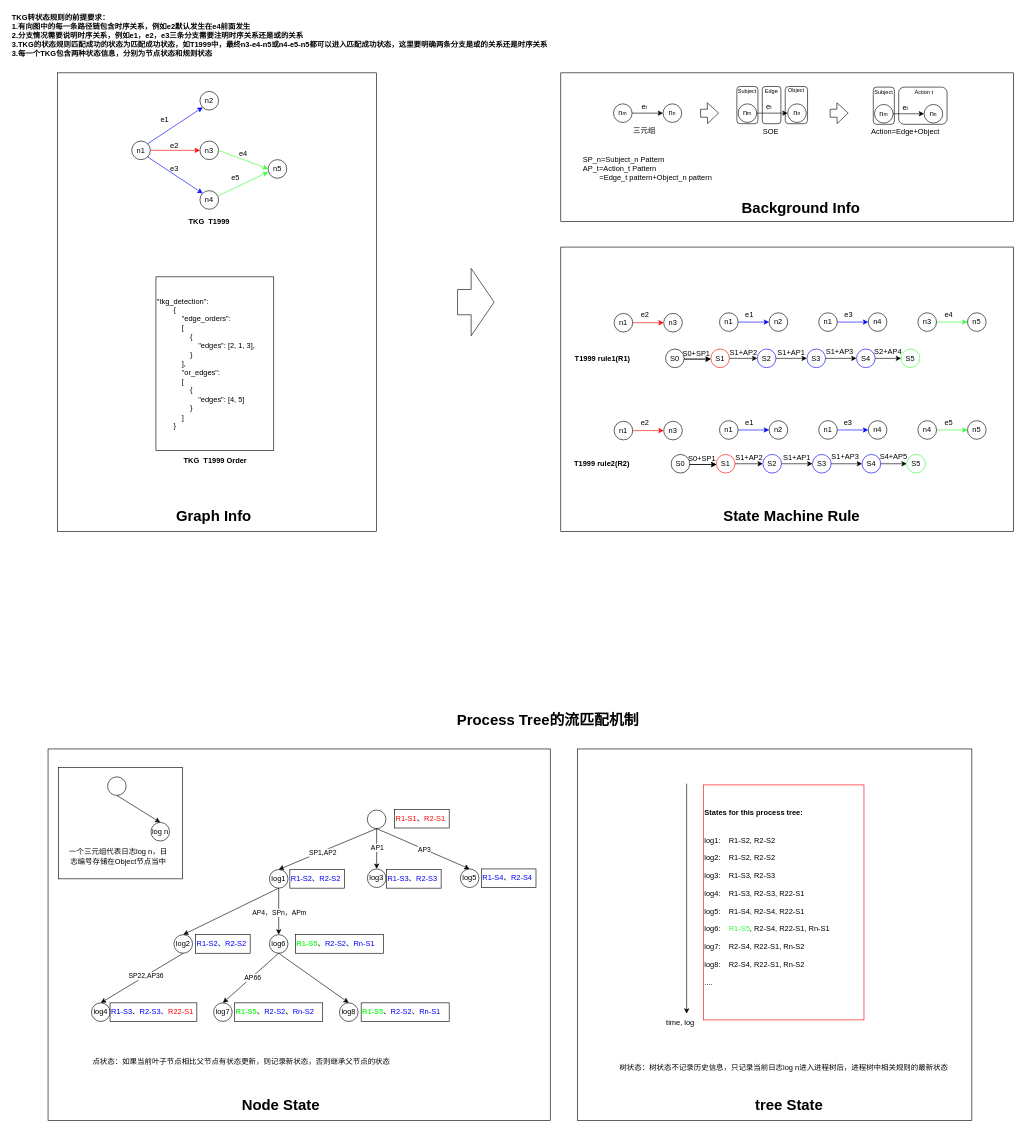
The draw.io diagram page "TKG转状态规则" (2 of 2) of state.drawio in sidney-neu/draw_io, before the edit. Source tidied: cells renumbered, new cells numbered last; positions are measured from the earlier drawing's top-left corner, leaving out a move shared by most shapes. Both pictures are drawn from the tidied source at 62%, with x=0, y=0 at pixel (11, 11).
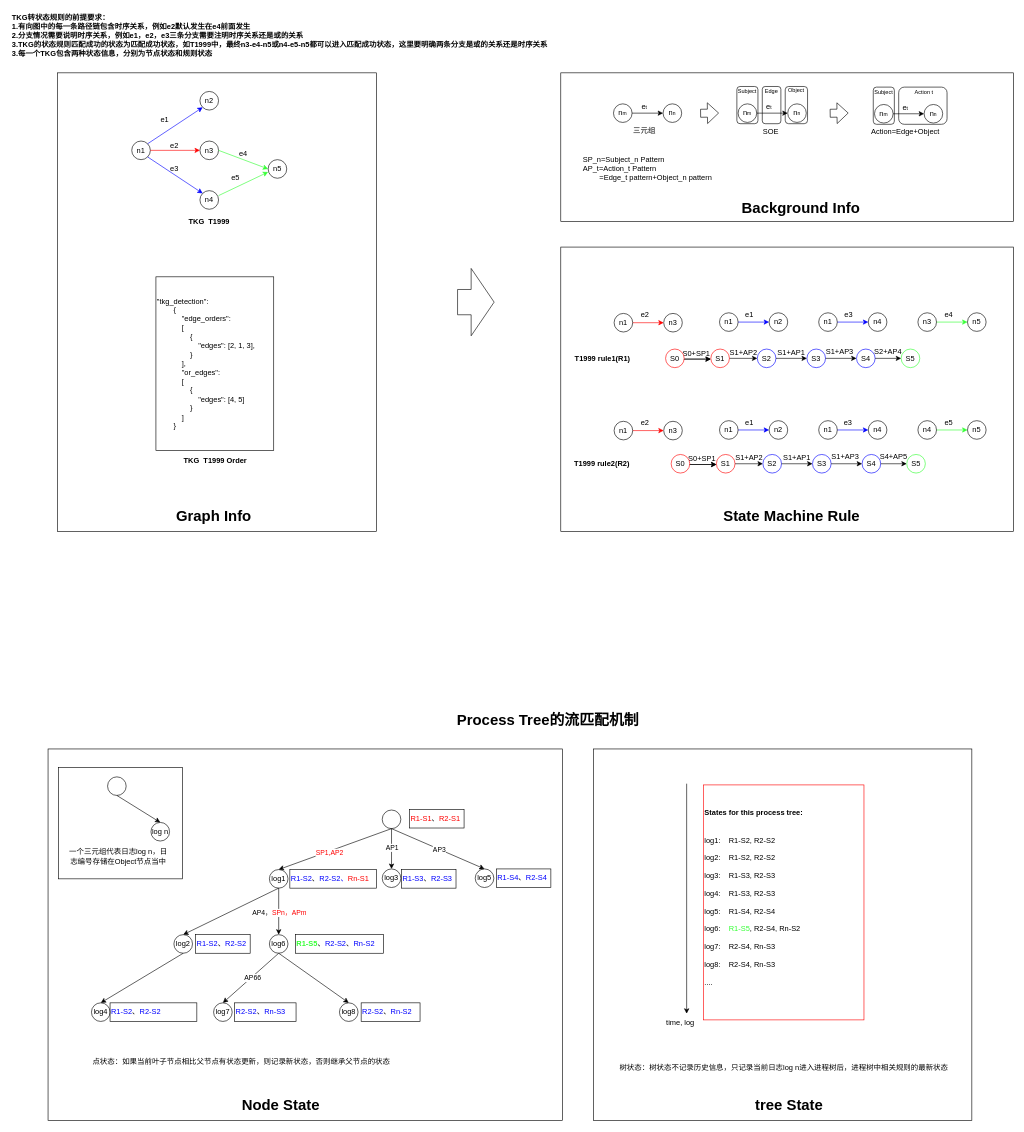
After the change.

The change refers to these unchanged cells:
```xml
<mxCell id="135" style="rounded=0;jettySize=auto;html=1;exitX=0.5;exitY=1;exitDx=0;exitDy=0;entryX=0.5;entryY=0;entryDx=0;entryDy=0;" parent="1" edge="1" source="137" target="140">
  <mxGeometry relative="1" as="geometry" />
</mxCell>
<mxCell id="142" style="rounded=0;jettySize=auto;html=1;exitX=0.5;exitY=1;exitDx=0;exitDy=0;entryX=0.5;entryY=0;entryDx=0;entryDy=0;" parent="1" edge="1" source="144" target="163">
  <mxGeometry relative="1" as="geometry" />
</mxCell>
<mxCell id="146" style="endArrow=classic;html=1;rounded=0;exitX=0.5;exitY=1;exitDx=0;exitDy=0;entryX=0.5;entryY=0;entryDx=0;entryDy=0;" parent="1" edge="1" source="140" target="141">
  <mxGeometry relative="1" as="geometry" />
</mxCell>
```

Change to the diagram source:
```diff
@@
     <mxCell id="2" style="rounded=0;whiteSpace=wrap;html=1;shadow=0;" parent="1" vertex="1">
-      <mxGeometry x="914" y="1190.5" width="636" height="599.5" as="geometry" />
+      <mxGeometry x="940" y="1190.5" width="610" height="599.5" as="geometry" />
     </mxCell>
     <mxCell id="3" style="rounded=0;whiteSpace=wrap;html=1;shadow=0;" parent="1" vertex="1">
-      <mxGeometry x="60" y="1190.5" width="810" height="599.5" as="geometry" />
+      <mxGeometry x="60" y="1190.5" width="830" height="599.5" as="geometry" />
     </mxCell>
@@
-    <mxCell id="80" value="S0" style="ellipse;whiteSpace=wrap;html=1;" parent="1" vertex="1">
+    <mxCell id="80" value="S0" style="ellipse;whiteSpace=wrap;html=1;strokeColor=#FF0000;" parent="1" vertex="1">
       <mxGeometry x="1056" y="545.5" width="30" height="30" as="geometry" />
     </mxCell>
@@
-    <mxCell id="122" value="S0" style="ellipse;whiteSpace=wrap;html=1;" parent="1" vertex="1">
+    <mxCell id="122" value="S0" style="ellipse;whiteSpace=wrap;html=1;strokeColor=#FF0000;" parent="1" vertex="1">
       <mxGeometry x="1065" y="715.5" width="30" height="30" as="geometry" />
     </mxCell>
@@
-    <mxCell id="136" value="SP1,AP2" style="edgeLabel;html=1;align=center;verticalAlign=middle;" parent="135" vertex="1">
+    <mxCell id="136" value="&lt;font color=&quot;#ff0000&quot;&gt;SP1,AP2&lt;/font&gt;" style="edgeLabel;html=1;align=center;verticalAlign=middle;" parent="135" vertex="1">
       <mxGeometry x="0.12" y="2" relative="1" as="geometry" />
     </mxCell>
     <mxCell id="137" style="ellipse;whiteSpace=wrap;html=1;fillColor=none;" parent="1" vertex="1">
-      <mxGeometry x="575" y="1289" width="30" height="30" as="geometry" />
+      <mxGeometry x="599" y="1289" width="30" height="30" as="geometry" />
     </mxCell>
     <mxCell id="138" value="log3" style="ellipse;whiteSpace=wrap;html=1;fillColor=none;" parent="1" vertex="1">
-      <mxGeometry x="575" y="1384" width="30" height="30" as="geometry" />
+      <mxGeometry x="599" y="1384" width="30" height="30" as="geometry" />
     </mxCell>
     <mxCell id="139" value="log5" style="ellipse;whiteSpace=wrap;html=1;fillColor=none;" parent="1" vertex="1">
-      <mxGeometry x="725" y="1384" width="30" height="30" as="geometry" />
+      <mxGeometry x="749" y="1384" width="30" height="30" as="geometry" />
     </mxCell>
@@
-    <mxCell id="143" value="SP22,AP36" style="edgeLabel;html=1;align=center;verticalAlign=middle;" parent="142" vertex="1">
-      <mxGeometry x="-0.09" relative="1" as="geometry" />
-    </mxCell>
@@
-    <mxCell id="147" value="AP4，SPn，APm" style="edgeLabel;html=1;align=center;verticalAlign=middle;" parent="146" vertex="1">
+    <mxCell id="147" value="AP4，&lt;font color=&quot;#ff0000&quot;&gt;SPn，APm&lt;/font&gt;" style="edgeLabel;html=1;align=center;verticalAlign=middle;" parent="146" vertex="1">
       <mxGeometry x="0.03" relative="1" as="geometry" />
     </mxCell>
@@
     <mxCell id="152" value="&lt;font color=&quot;#ff0000&quot;&gt;R1-S1&lt;/font&gt;、&lt;font color=&quot;#ff0000&quot;&gt;R2-S1&lt;/font&gt;" style="text;strokeColor=#000000;align=left;fillColor=none;html=1;verticalAlign=middle;whiteSpace=wrap;rounded=0;" parent="1" vertex="1">
-      <mxGeometry x="619" y="1288" width="88" height="30" as="geometry" />
+      <mxGeometry x="643" y="1288" width="88" height="30" as="geometry" />
     </mxCell>
-    <mxCell id="153" value="&lt;font color=&quot;#0000ff&quot;&gt;R1-S2&lt;/font&gt;、&lt;font color=&quot;#0000ff&quot;&gt;R2-S2&lt;/font&gt;" style="text;strokeColor=#000000;align=left;fillColor=none;html=1;verticalAlign=middle;whiteSpace=wrap;rounded=0;" parent="1" vertex="1">
-      <mxGeometry x="450" y="1385" width="88" height="30" as="geometry" />
+    <mxCell id="153" value="&lt;font color=&quot;#0000ff&quot;&gt;R1-S2&lt;/font&gt;、&lt;font color=&quot;#0000ff&quot;&gt;R2-S2、&lt;/font&gt;&lt;font color=&quot;#ff0000&quot;&gt;Rn-S1&lt;/font&gt;" style="text;strokeColor=#000000;align=left;fillColor=none;html=1;verticalAlign=middle;whiteSpace=wrap;rounded=0;" parent="1" vertex="1">
+      <mxGeometry x="450" y="1385" width="140" height="30" as="geometry" />
     </mxCell>
-    <mxCell id="154" value="&lt;font color=&quot;#33ff33&quot;&gt;&lt;b&gt;R1-S5&lt;/b&gt;&lt;/font&gt;、&lt;font color=&quot;#0000ff&quot;&gt;R2-S2&lt;/font&gt;、&lt;font color=&quot;#0000ff&quot;&gt;Rn-S1&lt;/font&gt;" style="text;strokeColor=#000000;align=left;fillColor=none;html=1;verticalAlign=middle;whiteSpace=wrap;rounded=0;" parent="1" vertex="1">
+    <mxCell id="154" value="&lt;font color=&quot;#33ff33&quot;&gt;&lt;b&gt;R1-S5&lt;/b&gt;&lt;/font&gt;、&lt;font color=&quot;#0000ff&quot;&gt;R2-S2&lt;/font&gt;、&lt;font color=&quot;#0000ff&quot;&gt;Rn-S2&lt;/font&gt;" style="text;strokeColor=#000000;align=left;fillColor=none;html=1;verticalAlign=middle;whiteSpace=wrap;rounded=0;" parent="1" vertex="1">
       <mxGeometry x="459" y="1490" width="142" height="30" as="geometry" />
     </mxCell>
     <mxCell id="155" value="&lt;font color=&quot;#0000ff&quot;&gt;R1-S3&lt;/font&gt;、&lt;font color=&quot;#0000ff&quot;&gt;R2-S3&lt;/font&gt;" style="text;strokeColor=#000000;align=left;fillColor=none;html=1;verticalAlign=middle;whiteSpace=wrap;rounded=0;" parent="1" vertex="1">
-      <mxGeometry x="606" y="1385" width="88" height="30" as="geometry" />
+      <mxGeometry x="630" y="1385" width="88" height="30" as="geometry" />
     </mxCell>
     <mxCell id="156" value="&lt;font color=&quot;#0000ff&quot;&gt;R1-S4&lt;/font&gt;、&lt;font color=&quot;#0000ff&quot;&gt;R2-S4&lt;/font&gt;" style="text;strokeColor=#000000;align=left;fillColor=none;html=1;verticalAlign=middle;whiteSpace=wrap;rounded=0;" parent="1" vertex="1">
-      <mxGeometry x="759" y="1384" width="88" height="30" as="geometry" />
+      <mxGeometry x="783" y="1384" width="88" height="30" as="geometry" />
     </mxCell>
@@
-    <mxCell id="158" value="&lt;div align=&quot;left&quot;&gt;&lt;b&gt;States for this process tree:&lt;/b&gt;&lt;/div&gt;&lt;div align=&quot;left&quot;&gt;&lt;br&gt;&lt;/div&gt;&lt;div align=&quot;left&quot;&gt;&lt;br&gt;&lt;/div&gt;&lt;div align=&quot;left&quot;&gt;log1:&amp;nbsp;&amp;nbsp;&amp;nbsp; R1-S2, R2-S2&lt;/div&gt;&lt;div align=&quot;left&quot;&gt;&lt;br&gt;&lt;/div&gt;&lt;div align=&quot;left&quot;&gt;log2:&amp;nbsp;&amp;nbsp;&amp;nbsp; R1-S2, R2-S2&lt;/div&gt;&lt;div align=&quot;left&quot;&gt;&lt;br&gt;&lt;/div&gt;&lt;div align=&quot;left&quot;&gt;log3:&amp;nbsp;&amp;nbsp;&amp;nbsp; R1-S3, R2-S3&lt;/div&gt;&lt;div align=&quot;left&quot;&gt;&lt;br&gt;&lt;/div&gt;&lt;div align=&quot;left&quot;&gt;log4:&amp;nbsp;&amp;nbsp;&amp;nbsp; R1-S3, R2-S3, R22-S1&lt;/div&gt;&lt;div align=&quot;left&quot;&gt;&lt;br&gt;&lt;/div&gt;&lt;div align=&quot;left&quot;&gt;log5: &amp;nbsp;&amp;nbsp; R1-S4, R2-S4, R22-S1&lt;/div&gt;&lt;div align=&quot;left&quot;&gt;&amp;nbsp;&lt;br&gt;&lt;/div&gt;&lt;div align=&quot;left&quot;&gt;log6: &amp;nbsp;&amp;nbsp; &lt;font color=&quot;#33ff33&quot;&gt;R1-S5&lt;/font&gt;, R2-S4, R22-S1, Rn-S1 &lt;br&gt;&lt;/div&gt;&lt;div align=&quot;left&quot;&gt;&lt;br&gt;&lt;/div&gt;&lt;div align=&quot;left&quot;&gt;log7:&amp;nbsp;&amp;nbsp;&amp;nbsp; R2-S4, R22-S1, Rn-S2&lt;/div&gt;&lt;div align=&quot;left&quot;&gt;&lt;br&gt;&lt;/div&gt;&lt;div align=&quot;left&quot;&gt;log8:&amp;nbsp;&amp;nbsp;&amp;nbsp; R2-S4, R22-S1, Rn-S2&lt;div align=&quot;left&quot;&gt;&lt;br&gt;&lt;/div&gt;&lt;/div&gt;&lt;div align=&quot;left&quot;&gt;....&lt;/div&gt;&lt;div align=&quot;left&quot;&gt;&lt;br&gt;&lt;/div&gt;" style="text;strokeColor=#FF0000;align=left;fillColor=none;html=1;verticalAlign=middle;whiteSpace=wrap;rounded=0;" parent="1" vertex="1">
+    <mxCell id="158" value="&lt;div align=&quot;left&quot;&gt;&lt;b&gt;States for this process tree:&lt;/b&gt;&lt;/div&gt;&lt;div align=&quot;left&quot;&gt;&lt;br&gt;&lt;/div&gt;&lt;div align=&quot;left&quot;&gt;&lt;br&gt;&lt;/div&gt;&lt;div align=&quot;left&quot;&gt;log1:&amp;nbsp;&amp;nbsp;&amp;nbsp; R1-S2, R2-S2&lt;/div&gt;&lt;div align=&quot;left&quot;&gt;&lt;br&gt;&lt;/div&gt;&lt;div align=&quot;left&quot;&gt;log2:&amp;nbsp;&amp;nbsp;&amp;nbsp; R1-S2, R2-S2&lt;/div&gt;&lt;div align=&quot;left&quot;&gt;&lt;br&gt;&lt;/div&gt;&lt;div align=&quot;left&quot;&gt;log3:&amp;nbsp;&amp;nbsp;&amp;nbsp; R1-S3, R2-S3&lt;/div&gt;&lt;div align=&quot;left&quot;&gt;&lt;br&gt;&lt;/div&gt;&lt;div align=&quot;left&quot;&gt;log4:&amp;nbsp;&amp;nbsp;&amp;nbsp; R1-S3, R2-S3&lt;/div&gt;&lt;div align=&quot;left&quot;&gt;&lt;br&gt;&lt;/div&gt;&lt;div align=&quot;left&quot;&gt;log5: &amp;nbsp;&amp;nbsp; R1-S4, R2-S4&lt;/div&gt;&lt;div align=&quot;left&quot;&gt;&amp;nbsp;&lt;br&gt;&lt;/div&gt;&lt;div align=&quot;left&quot;&gt;log6: &amp;nbsp;&amp;nbsp; &lt;font color=&quot;#33ff33&quot;&gt;R1-S5&lt;/font&gt;, R2-S4, Rn-S2&lt;br&gt;&lt;/div&gt;&lt;div align=&quot;left&quot;&gt;&lt;br&gt;&lt;/div&gt;&lt;div align=&quot;left&quot;&gt;log7:&amp;nbsp;&amp;nbsp;&amp;nbsp; R2-S4, Rn-S3&lt;/div&gt;&lt;div align=&quot;left&quot;&gt;&lt;br&gt;&lt;/div&gt;&lt;div align=&quot;left&quot;&gt;log8:&amp;nbsp;&amp;nbsp;&amp;nbsp; R2-S4, Rn-S3&lt;div align=&quot;left&quot;&gt;&lt;br&gt;&lt;/div&gt;&lt;/div&gt;&lt;div align=&quot;left&quot;&gt;....&lt;/div&gt;&lt;div align=&quot;left&quot;&gt;&lt;br&gt;&lt;/div&gt;" style="text;strokeColor=#FF0000;align=left;fillColor=none;html=1;verticalAlign=middle;whiteSpace=wrap;rounded=0;" parent="1" vertex="1">
       <mxGeometry x="1117" y="1248.5" width="259" height="379" as="geometry" />
     </mxCell>
@@
-    <mxCell id="164" value="&lt;font color=&quot;#0000ff&quot;&gt;R1-S3&lt;/font&gt;、&lt;font color=&quot;#0000ff&quot;&gt;R2-S3、&lt;/font&gt;&lt;font color=&quot;#ff0000&quot;&gt;R22-S1&lt;/font&gt;" style="text;strokeColor=#000000;align=left;fillColor=none;html=1;verticalAlign=middle;whiteSpace=wrap;rounded=0;" parent="1" vertex="1">
+    <mxCell id="164" value="&lt;font color=&quot;#0000ff&quot;&gt;R1-S2&lt;/font&gt;、&lt;font color=&quot;#0000ff&quot;&gt;R2-S2&lt;/font&gt;" style="text;strokeColor=#000000;align=left;fillColor=none;html=1;verticalAlign=middle;whiteSpace=wrap;rounded=0;" parent="1" vertex="1">
       <mxGeometry x="160" y="1600" width="140" height="30" as="geometry" />
     </mxCell>
-    <mxCell id="165" value="&lt;font color=&quot;#33ff33&quot;&gt;&lt;b&gt;R1-S5&lt;/b&gt;&lt;/font&gt;、&lt;font color=&quot;#0000ff&quot;&gt;R2-S2&lt;/font&gt;、&lt;font color=&quot;#0000ff&quot;&gt;Rn-S2&lt;/font&gt;" style="text;strokeColor=#000000;align=left;fillColor=none;html=1;verticalAlign=middle;whiteSpace=wrap;rounded=0;" parent="1" vertex="1">
-      <mxGeometry x="361" y="1600" width="142" height="30" as="geometry" />
+    <mxCell id="165" value="&lt;font color=&quot;#0000ff&quot;&gt;R2-S2&lt;/font&gt;、&lt;font color=&quot;#0000ff&quot;&gt;Rn-S3&lt;/font&gt;" style="text;strokeColor=#000000;align=left;fillColor=none;html=1;verticalAlign=middle;whiteSpace=wrap;rounded=0;" parent="1" vertex="1">
+      <mxGeometry x="361" y="1600" width="99" height="30" as="geometry" />
     </mxCell>
-    <mxCell id="166" value="&lt;font color=&quot;#33ff33&quot;&gt;&lt;b&gt;R1-S5&lt;/b&gt;&lt;/font&gt;、&lt;font color=&quot;#0000ff&quot;&gt;R2-S2&lt;/font&gt;、&lt;font color=&quot;#0000ff&quot;&gt;Rn-S1&lt;/font&gt;" style="text;strokeColor=#000000;align=left;fillColor=none;html=1;verticalAlign=middle;whiteSpace=wrap;rounded=0;" parent="1" vertex="1">
-      <mxGeometry x="565" y="1600" width="142" height="30" as="geometry" />
+    <mxCell id="166" value="&lt;font color=&quot;#0000ff&quot;&gt;R2-S2&lt;/font&gt;、&lt;font color=&quot;#0000ff&quot;&gt;Rn-S2&lt;/font&gt;" style="text;strokeColor=#000000;align=left;fillColor=none;html=1;verticalAlign=middle;whiteSpace=wrap;rounded=0;" parent="1" vertex="1">
+      <mxGeometry x="565" y="1600" width="95" height="30" as="geometry" />
     </mxCell>
```
